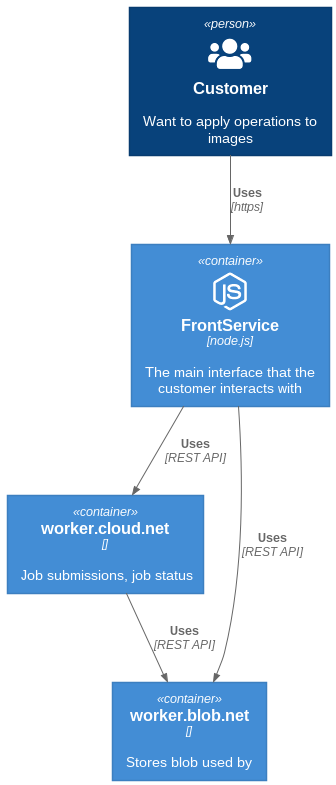
enricodangelo/ptc_test keeps this PlantUML diagram as out/diagrams/c4_context/c4_context.png. Above is the earlier version.
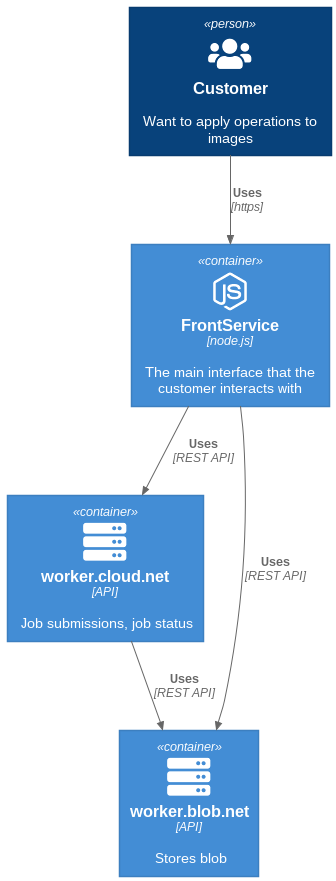
Later version of the same file.

Change to the diagram source:
```diff
@@ -6,18 +6,18 @@
 
 !include DEVICONS/nodejs_small.puml
 !include FONTAWESOME/users.puml
-
+!include FONTAWESOME/server.puml
 
 Person(user, "Customer", "Want to apply operations to images", $sprite="users")
 
 Container(fs, "FrontService", "node.js", "The main interface that the customer interacts with", $sprite="nodejs_small")
 
-Container(api1, "worker.cloud.net", , "Job submissions, job status")
-Container(api2, "worker.blob.net", , "Stores blob used by ")
+Container(jsapi, "worker.cloud.net", "API", "Job submissions, job status", $sprite="server")
+Container(bsapi, "worker.blob.net", "API", "Stores blob", $sprite="server")
 
 
 Rel(user, fs, "Uses", "https")
-Rel(fs, api1, "Uses", "REST API")
-Rel(fs, api2, "Uses", "REST API")
-Rel(api1, api2, "Uses", "REST API")
+Rel(fs, jsapi, "Uses", "REST API")
+Rel(fs, bsapi, "Uses", "REST API")
+Rel(jsapi, bsapi, "Uses", "REST API")
 @enduml
```
